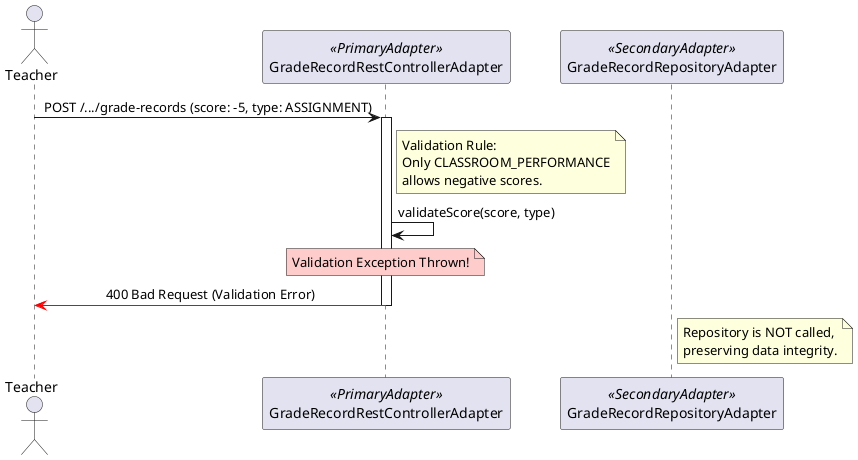
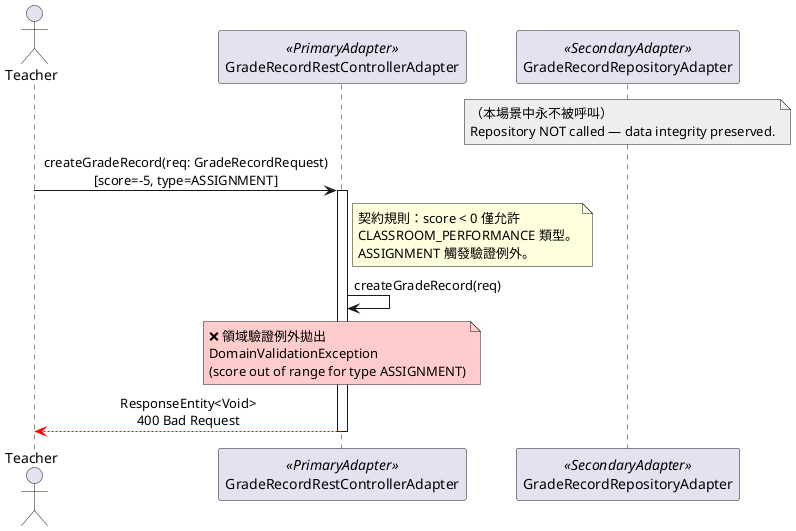
@startuml sys-grade-record-validation-failure
!pragma layout smetana
skinparam backgroundColor #FFFFFF
skinparam sequence {
    ParticipantPadding 20
    MessageAlign center
}

+ ' ── 參與者（依六角架構層次排列）──────────────────────────────────
actor "Teacher" as U
participant "GradeRecordRestControllerAdapter" as PA <<PrimaryAdapter>>
participant "GradeRecordRepositoryAdapter" as SA <<SecondaryAdapter>>

- U -> PA : POST /.../grade-records (score: -5, type: ASSIGNMENT)
+ note over SA #EEEEEE
+   （本場景中永不被呼叫）
+   Repository NOT called — data integrity preserved.
+ end note
+ 
+ ' ── 主流程 ────────────────────────────────────────────────────────
+ U -> PA : createGradeRecord(req: GradeRecordRequest)\n[score=-5, type=ASSIGNMENT]
activate PA

note right of PA
-   Validation Rule:
-   Only CLASSROOM_PERFORMANCE
-   allows negative scores.
+   契約規則：score < 0 僅允許
+   CLASSROOM_PERFORMANCE 類型。
+   ASSIGNMENT 觸發驗證例外。
end note

- PA -> PA : validateScore(score, type)
+ ' 控制器執行自我驗證（屬於 adapter.in 層職責）
+ PA -> PA : createGradeRecord(req)
note over PA #FFCCCC
-   Validation Exception Thrown!
+   ❌ 領域驗證例外拋出
+   DomainValidationException
+   (score out of range for type ASSIGNMENT)
end note

- PA -[#red]> U : 400 Bad Request (Validation Error)
+ PA -[#red]-> U : ResponseEntity<Void>\n400 Bad Request
deactivate PA

- note right of SA
-   Repository is NOT called,
-   preserving data integrity.
- end note
- 
@enduml
